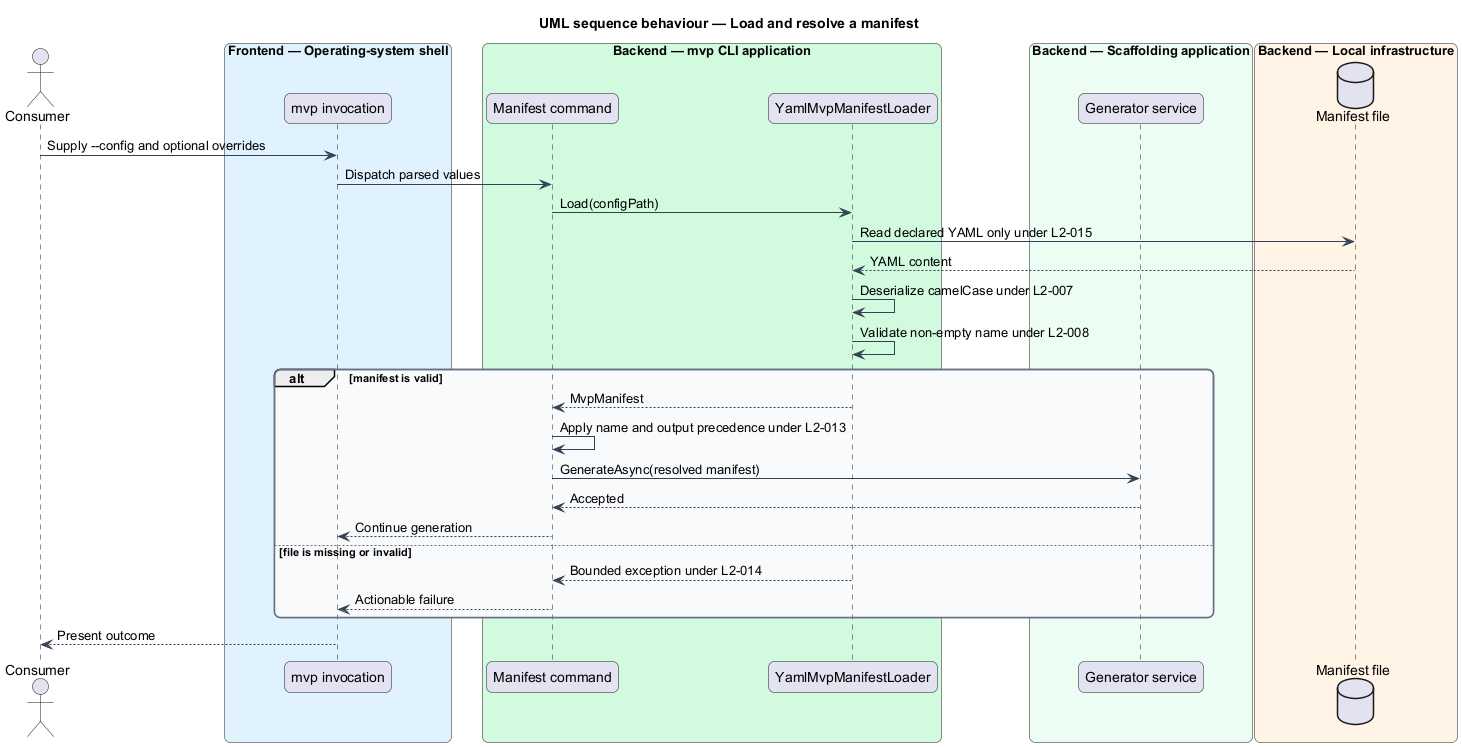
This is docs/detailed-designs/manifest/describe-a-solution/diagrams/sequence-resolve-manifest.png from QuinntyneBrown/mvp, a PlantUML export, as it was before one commit. Source of this version:
```plantuml
@startuml
title UML sequence behaviour — Load and resolve a manifest
skinparam backgroundColor #FFFFFF
skinparam shadowing false
skinparam roundcorner 12
skinparam defaultFontName Arial
skinparam ArrowColor #344054
skinparam rectangle {
  BorderColor #344054
  FontColor #101828
}
skinparam package {
  BorderColor #667085
  FontColor #101828
  BackgroundColor #F9FAFB
}
actor "Consumer" as actor
box "Frontend — Operating-system shell" #E0F2FE
  participant "mvp invocation" as shell
end box
box "Backend — mvp CLI application" #D1FADF
  participant "Manifest command" as command
  participant "YamlMvpManifestLoader" as loader
end box
box "Backend — Scaffolding application" #ECFDF3
  participant "Generator service" as generator
end box
box "Backend — Local infrastructure" #FFF4E5
  database "Manifest file" as file
end box
actor -> shell : Supply --config and optional overrides
shell -> command : Dispatch parsed values
command -> loader : Load(configPath)
loader -> file : Read declared YAML only under L2-015
file --> loader : YAML content
loader -> loader : Deserialize camelCase under L2-007
loader -> loader : Validate non-empty name under L2-008
alt manifest is valid
  loader --> command : MvpManifest
  command -> command : Apply name and output precedence under L2-013
  command -> generator : GenerateAsync(resolved manifest)
  generator --> command : Accepted
  command --> shell : Continue generation
else file is missing or invalid
  loader --> command : Bounded exception under L2-014
  command --> shell : Actionable failure
end
shell --> actor : Present outcome
@enduml
```
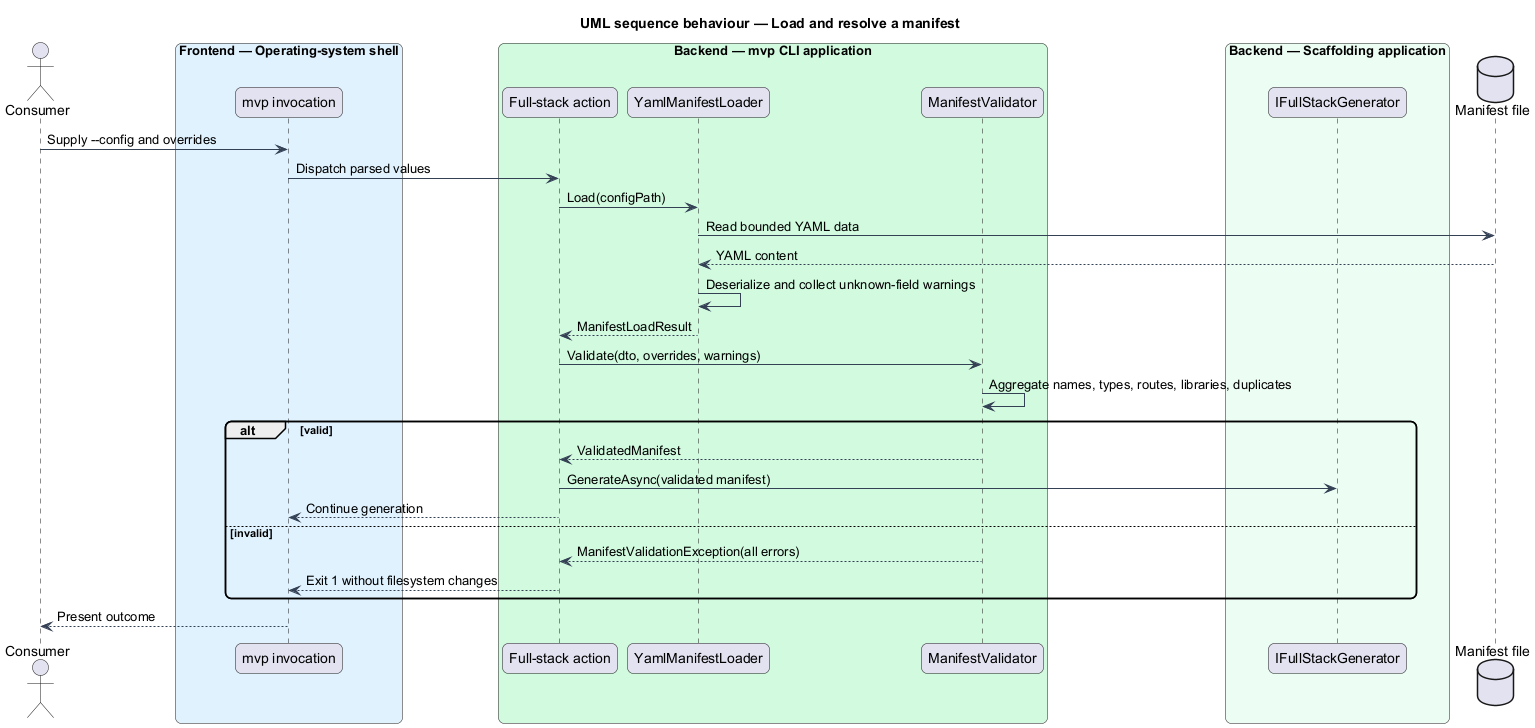
After the change.

What changed in the source:
```diff
@@ -5,45 +5,35 @@
 skinparam roundcorner 12
 skinparam defaultFontName Arial
 skinparam ArrowColor #344054
-skinparam rectangle {
-  BorderColor #344054
-  FontColor #101828
-}
-skinparam package {
-  BorderColor #667085
-  FontColor #101828
-  BackgroundColor #F9FAFB
-}
 actor "Consumer" as actor
 box "Frontend — Operating-system shell" #E0F2FE
   participant "mvp invocation" as shell
 end box
 box "Backend — mvp CLI application" #D1FADF
-  participant "Manifest command" as command
-  participant "YamlMvpManifestLoader" as loader
+  participant "Full-stack action" as command
+  participant "YamlManifestLoader" as loader
+  participant "ManifestValidator" as validator
 end box
 box "Backend — Scaffolding application" #ECFDF3
-  participant "Generator service" as generator
+  participant "IFullStackGenerator" as generator
 end box
-box "Backend — Local infrastructure" #FFF4E5
-  database "Manifest file" as file
-end box
-actor -> shell : Supply --config and optional overrides
+database "Manifest file" as file
+actor -> shell : Supply --config and overrides
 shell -> command : Dispatch parsed values
 command -> loader : Load(configPath)
-loader -> file : Read declared YAML only under L2-015
+loader -> file : Read bounded YAML data
 file --> loader : YAML content
-loader -> loader : Deserialize camelCase under L2-007
-loader -> loader : Validate non-empty name under L2-008
-alt manifest is valid
-  loader --> command : MvpManifest
-  command -> command : Apply name and output precedence under L2-013
-  command -> generator : GenerateAsync(resolved manifest)
-  generator --> command : Accepted
+loader -> loader : Deserialize and collect unknown-field warnings
+loader --> command : ManifestLoadResult
+command -> validator : Validate(dto, overrides, warnings)
+validator -> validator : Aggregate names, types, routes, libraries, duplicates
+alt valid
+  validator --> command : ValidatedManifest
+  command -> generator : GenerateAsync(validated manifest)
   command --> shell : Continue generation
-else file is missing or invalid
-  loader --> command : Bounded exception under L2-014
-  command --> shell : Actionable failure
+else invalid
+  validator --> command : ManifestValidationException(all errors)
+  command --> shell : Exit 1 without filesystem changes
 end
 shell --> actor : Present outcome
 @enduml
```
